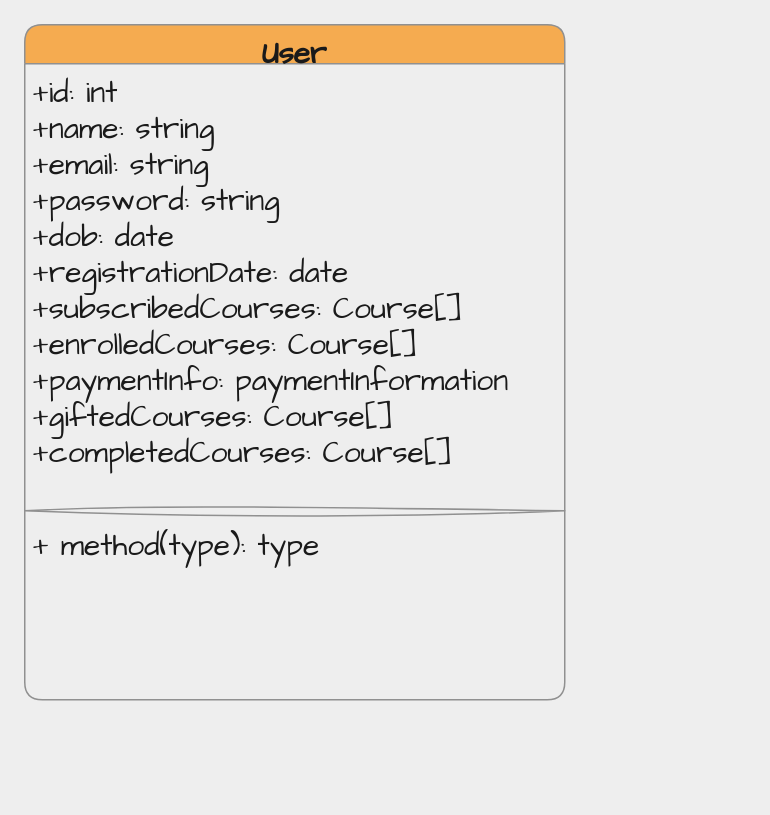
Above: page "Page-2" (2 of 2) of iStudy.drawio in DevCheesard/DevCheesard (draw.io), before the change. Source tidied: cells renumbered, new cells numbered last; positions are measured from the earlier drawing's top-left corner, leaving out a move shared by most shapes. Both pictures are drawn from the tidied source at 150%, with x=0, y=0 at pixel (24, 24).
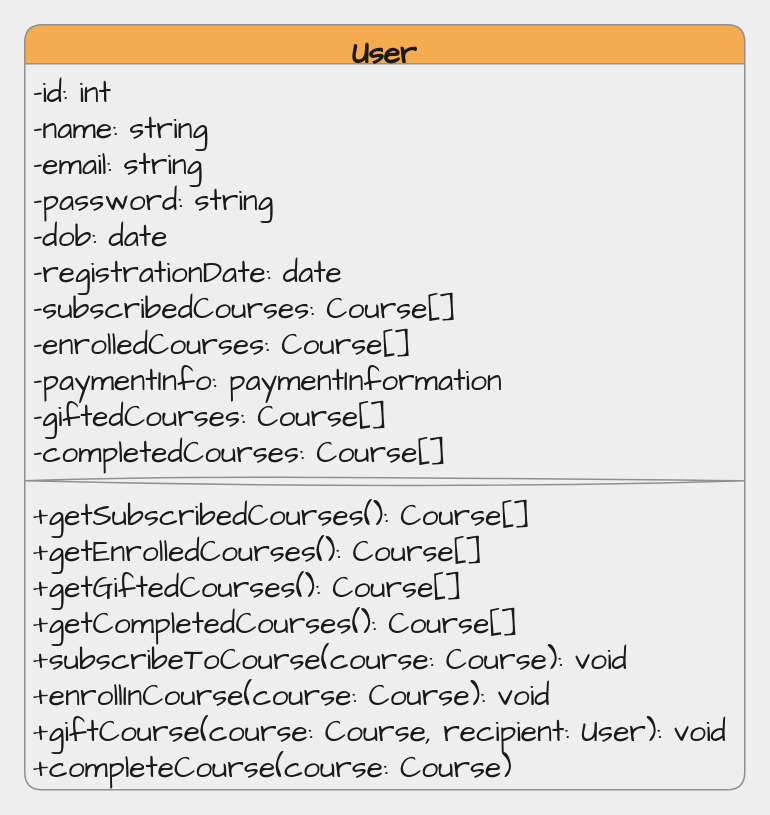
After the change.

What changed in the source:
```diff
@@
 <mxGraphModel background="#EEEEEE">
   <root>
     <mxCell id="0" />
     <mxCell id="1" parent="0" />
     <mxCell id="2" value="User" style="swimlane;fontStyle=1;align=center;verticalAlign=top;horizontal=1;startSize=26;rounded=1;sketch=0;hachureGap=4;jiggle=2;fontFamily=Architects Daughter;fontSize=20;shadow=0;fillColor=#F5AB50;strokeColor=#909090;fontColor=#1A1A1A;" parent="1" vertex="1">
-      <mxGeometry width="360" height="450" as="geometry" />
+      <mxGeometry width="480" height="510" as="geometry" />
     </mxCell>
-    <mxCell id="3" value="+id: int&#10;+name: string&#10;+email: string&#10;+password: string&#10;+dob: date&#10;+registrationDate: date&#10;+subscribedCourses: Course[]&#10;+enrolledCourses: Course[]&#10;+paymentInfo: paymentInformation&#10;+giftedCourses: Course[]&#10;+completedCourses: Course[]" style="text;strokeColor=none;fillColor=none;align=left;verticalAlign=top;spacingLeft=4;spacingRight=4;overflow=hidden;rounded=1;sketch=1;hachureGap=4;jiggle=2;fontFamily=Architects Daughter;fontSize=20;fontColor=#1A1A1A;" parent="2" vertex="1">
-      <mxGeometry y="26" width="360" height="294" as="geometry" />
+    <mxCell id="3" value="-id: int&#10;-name: string&#10;-email: string&#10;-password: string&#10;-dob: date&#10;-registrationDate: date&#10;-subscribedCourses: Course[]&#10;-enrolledCourses: Course[]&#10;-paymentInfo: paymentInformation&#10;-giftedCourses: Course[]&#10;-completedCourses: Course[]" style="text;strokeColor=none;fillColor=none;align=left;verticalAlign=top;spacingLeft=4;spacingRight=4;overflow=hidden;rounded=1;sketch=1;hachureGap=4;jiggle=2;fontFamily=Architects Daughter;fontSize=20;fontColor=#1A1A1A;" parent="2" vertex="1">
+      <mxGeometry y="26" width="480" height="274" as="geometry" />
     </mxCell>
     <mxCell id="4" style="line;strokeWidth=1;fillColor=none;align=left;verticalAlign=middle;spacingTop=-1;spacingLeft=3;spacingRight=3;labelPosition=right;strokeColor=#909090;rounded=1;sketch=1;hachureGap=4;jiggle=2;fontFamily=Architects Daughter;fontSize=20;labelBackgroundColor=#EEEEEE;fontColor=#1A1A1A;" parent="2" vertex="1">
-      <mxGeometry y="320" width="360" height="8" as="geometry" />
+      <mxGeometry y="300" width="480" height="8" as="geometry" />
     </mxCell>
-    <mxCell id="5" value="+ method(type): type" style="text;strokeColor=none;fillColor=none;align=left;verticalAlign=top;spacingLeft=4;spacingRight=4;overflow=hidden;rounded=1;sketch=1;hachureGap=4;jiggle=2;fontFamily=Architects Daughter;fontSize=20;fontColor=#1A1A1A;" parent="2" vertex="1">
-      <mxGeometry y="328" width="360" height="122" as="geometry" />
+    <mxCell id="5" value=" +getSubscribedCourses(): Course[]&#10;+getEnrolledCourses(): Course[]&#10;+getGiftedCourses(): Course[]&#10;+getCompletedCourses(): Course[]&#10;+subscribeToCourse(course: Course): void&#10;+enrollInCourse(course: Course): void&#10;+giftCourse(course: Course, recipient: User): void&#10;+completeCourse(course: Course)" style="text;strokeColor=none;fillColor=none;align=left;verticalAlign=top;spacingLeft=4;spacingRight=4;overflow=hidden;rounded=1;sketch=1;hachureGap=4;jiggle=2;fontFamily=Architects Daughter;fontSize=20;fontColor=#1A1A1A;" parent="2" vertex="1">
+      <mxGeometry y="308" width="480" height="202" as="geometry" />
     </mxCell>
   </root>
 </mxGraphModel>
```
